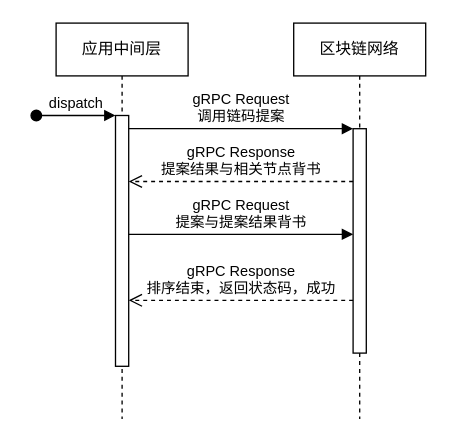
Before: 时序图.drawio in geekxcan/Living-Story, a draw.io diagram. Source tidied: cells renumbered, new cells numbered last; positions are measured from the earlier drawing's top-left corner, leaving out a move shared by most shapes. Both pictures are drawn from the tidied source at 132%, with x=0, y=0 at pixel (36, 22).
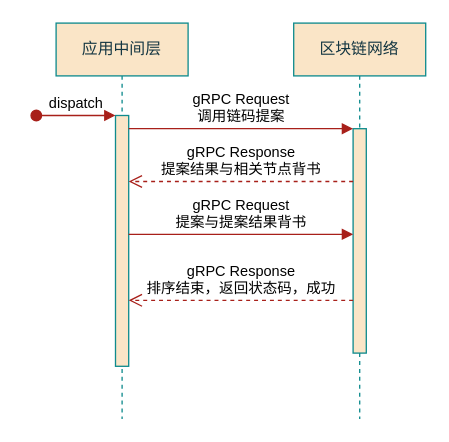
After the change.

Commit message:
更新时序图.drawio

The edit, as a diff of the source:
```diff
@@
 <mxGraphModel>
   <root>
     <mxCell id="0" />
     <mxCell id="1" parent="0" />
-    <mxCell id="2" value="应用中间层" style="shape=umlLifeline;perimeter=lifelinePerimeter;whiteSpace=wrap;html=1;newEdgeStyle={&quot;edgeStyle&quot;:&quot;elbowEdgeStyle&quot;,&quot;elbow&quot;:&quot;vertical&quot;,&quot;curved&quot;:0,&quot;rounded&quot;:0};" parent="1" vertex="1">
+    <mxCell id="2" value="应用中间层" style="shape=umlLifeline;perimeter=lifelinePerimeter;whiteSpace=wrap;html=1;newEdgeStyle={&quot;edgeStyle&quot;:&quot;elbowEdgeStyle&quot;,&quot;elbow&quot;:&quot;vertical&quot;,&quot;curved&quot;:0,&quot;rounded&quot;:0};labelBackgroundColor=none;fillColor=#FAE5C7;strokeColor=#0F8B8D;fontColor=#143642;" parent="1" vertex="1">
       <mxGeometry x="15" width="100" height="300" as="geometry" />
     </mxCell>
-    <mxCell id="3" style="html=1;points=[];perimeter=orthogonalPerimeter;outlineConnect=0;targetShapes=umlLifeline;portConstraint=eastwest;newEdgeStyle={&quot;edgeStyle&quot;:&quot;elbowEdgeStyle&quot;,&quot;elbow&quot;:&quot;vertical&quot;,&quot;curved&quot;:0,&quot;rounded&quot;:0};" parent="2" vertex="1">
+    <mxCell id="3" style="html=1;points=[];perimeter=orthogonalPerimeter;outlineConnect=0;targetShapes=umlLifeline;portConstraint=eastwest;newEdgeStyle={&quot;edgeStyle&quot;:&quot;elbowEdgeStyle&quot;,&quot;elbow&quot;:&quot;vertical&quot;,&quot;curved&quot;:0,&quot;rounded&quot;:0};labelBackgroundColor=none;fillColor=#FAE5C7;strokeColor=#0F8B8D;fontColor=#143642;" parent="2" vertex="1">
       <mxGeometry x="45" y="70" width="10" height="190" as="geometry" />
     </mxCell>
-    <mxCell id="4" value="dispatch" style="html=1;verticalAlign=bottom;startArrow=oval;endArrow=block;startSize=8;edgeStyle=elbowEdgeStyle;elbow=vertical;curved=0;rounded=0;" parent="2" edge="1" target="3">
+    <mxCell id="4" value="dispatch" style="html=1;verticalAlign=bottom;startArrow=oval;endArrow=block;startSize=8;edgeStyle=elbowEdgeStyle;elbow=vertical;curved=0;rounded=0;labelBackgroundColor=none;strokeColor=#A8201A;fontColor=default;" parent="2" edge="1" target="3">
       <mxGeometry relative="1" as="geometry">
         <mxPoint x="-15" y="70" as="sourcePoint" />
       </mxGeometry>
     </mxCell>
-    <mxCell id="5" value="区块链网络" style="shape=umlLifeline;perimeter=lifelinePerimeter;whiteSpace=wrap;html=1;newEdgeStyle={&quot;edgeStyle&quot;:&quot;elbowEdgeStyle&quot;,&quot;elbow&quot;:&quot;vertical&quot;,&quot;curved&quot;:0,&quot;rounded&quot;:0};" parent="1" vertex="1">
+    <mxCell id="5" value="区块链网络" style="shape=umlLifeline;perimeter=lifelinePerimeter;whiteSpace=wrap;html=1;newEdgeStyle={&quot;edgeStyle&quot;:&quot;elbowEdgeStyle&quot;,&quot;elbow&quot;:&quot;vertical&quot;,&quot;curved&quot;:0,&quot;rounded&quot;:0};labelBackgroundColor=none;fillColor=#FAE5C7;strokeColor=#0F8B8D;fontColor=#143642;" parent="1" vertex="1">
       <mxGeometry x="195" width="100" height="300" as="geometry" />
     </mxCell>
-    <mxCell id="6" style="html=1;points=[];perimeter=orthogonalPerimeter;outlineConnect=0;targetShapes=umlLifeline;portConstraint=eastwest;newEdgeStyle={&quot;edgeStyle&quot;:&quot;elbowEdgeStyle&quot;,&quot;elbow&quot;:&quot;vertical&quot;,&quot;curved&quot;:0,&quot;rounded&quot;:0};" parent="5" vertex="1">
+    <mxCell id="6" style="html=1;points=[];perimeter=orthogonalPerimeter;outlineConnect=0;targetShapes=umlLifeline;portConstraint=eastwest;newEdgeStyle={&quot;edgeStyle&quot;:&quot;elbowEdgeStyle&quot;,&quot;elbow&quot;:&quot;vertical&quot;,&quot;curved&quot;:0,&quot;rounded&quot;:0};labelBackgroundColor=none;fillColor=#FAE5C7;strokeColor=#0F8B8D;fontColor=#143642;" parent="5" vertex="1">
       <mxGeometry x="45" y="80" width="10" height="170" as="geometry" />
     </mxCell>
-    <mxCell id="7" value="gRPC Request&lt;br&gt;调用链码提案" style="html=1;verticalAlign=bottom;endArrow=block;edgeStyle=elbowEdgeStyle;elbow=vertical;curved=0;rounded=0;" parent="1" edge="1" source="3" target="6">
+    <mxCell id="7" value="gRPC Request&lt;br&gt;调用链码提案" style="html=1;verticalAlign=bottom;endArrow=block;edgeStyle=elbowEdgeStyle;elbow=vertical;curved=0;rounded=0;labelBackgroundColor=none;strokeColor=#A8201A;fontColor=default;" parent="1" edge="1" source="3" target="6">
       <mxGeometry relative="1" as="geometry">
         <Array as="points">
           <mxPoint x="155" y="80" />
         </Array>
       </mxGeometry>
     </mxCell>
-    <mxCell id="8" value="gRPC Response&lt;br&gt;提案结果与相关节点背书" style="html=1;verticalAlign=bottom;endArrow=open;dashed=1;endSize=8;edgeStyle=elbowEdgeStyle;elbow=vertical;curved=0;rounded=0;" parent="1" edge="1" source="6" target="3">
+    <mxCell id="8" value="gRPC Response&lt;br&gt;提案结果与相关节点背书" style="html=1;verticalAlign=bottom;endArrow=open;dashed=1;endSize=8;edgeStyle=elbowEdgeStyle;elbow=vertical;curved=0;rounded=0;labelBackgroundColor=none;strokeColor=#A8201A;fontColor=default;" parent="1" edge="1" source="6" target="3">
       <mxGeometry relative="1" as="geometry">
         <Array as="points">
           <mxPoint x="145" y="120" />
           <mxPoint x="165" y="140" />
         </Array>
       </mxGeometry>
     </mxCell>
-    <mxCell id="9" value="gRPC Request&lt;br&gt;提案与提案结果背书" style="html=1;verticalAlign=bottom;endArrow=block;edgeStyle=elbowEdgeStyle;elbow=vertical;curved=0;rounded=0;" parent="1" edge="1" source="3" target="6">
+    <mxCell id="9" value="gRPC Request&lt;br&gt;提案与提案结果背书" style="html=1;verticalAlign=bottom;endArrow=block;edgeStyle=elbowEdgeStyle;elbow=vertical;curved=0;rounded=0;labelBackgroundColor=none;strokeColor=#A8201A;fontColor=default;" parent="1" edge="1" source="3" target="6">
       <mxGeometry relative="1" as="geometry">
         <Array as="points">
           <mxPoint x="205" y="160" />
           <mxPoint x="165" y="90" />
         </Array>
       </mxGeometry>
     </mxCell>
-    <mxCell id="10" value="gRPC Response&lt;br&gt;排序结束，返回状态码，成功" style="html=1;verticalAlign=bottom;endArrow=open;dashed=1;endSize=8;edgeStyle=elbowEdgeStyle;elbow=vertical;curved=0;rounded=0;" parent="1" edge="1" source="6" target="3">
+    <mxCell id="10" value="gRPC Response&lt;br&gt;排序结束，返回状态码，成功" style="html=1;verticalAlign=bottom;endArrow=open;dashed=1;endSize=8;edgeStyle=elbowEdgeStyle;elbow=vertical;curved=0;rounded=0;labelBackgroundColor=none;strokeColor=#A8201A;fontColor=default;" parent="1" edge="1" source="6" target="3">
       <mxGeometry relative="1" as="geometry">
         <Array as="points">
           <mxPoint x="155" y="210" />
           <mxPoint x="175" y="150" />
         </Array>
       </mxGeometry>
     </mxCell>
   </root>
 </mxGraphModel>
```
